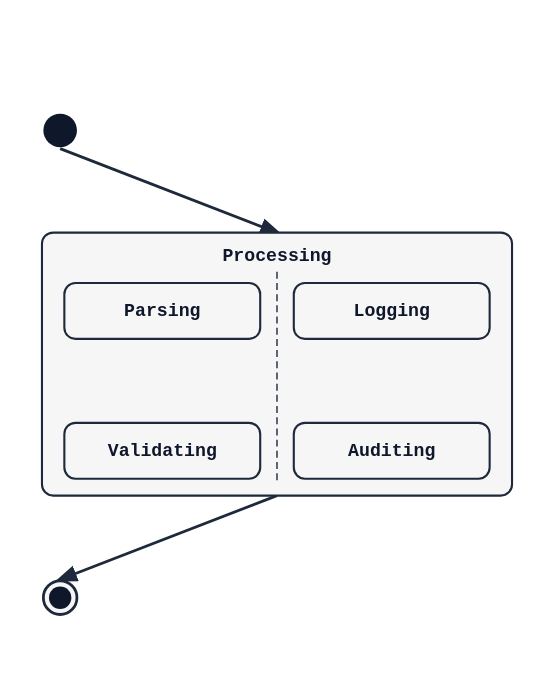
Before: docs/examples/state/03_concurrent.svg, a diagram exported from PlantUML (alliecatowo/puml). Its source is kept beside it as docs/examples/state/03_concurrent.puml. Its diagram source:
```plantuml
@startuml
state Processing {
  state "Parsing" as Parse
  state "Validating" as Validate
  ||
  state "Logging" as Log
  state "Auditing" as Audit
}
[*] --> Processing
Processing --> [*]
@enduml
```
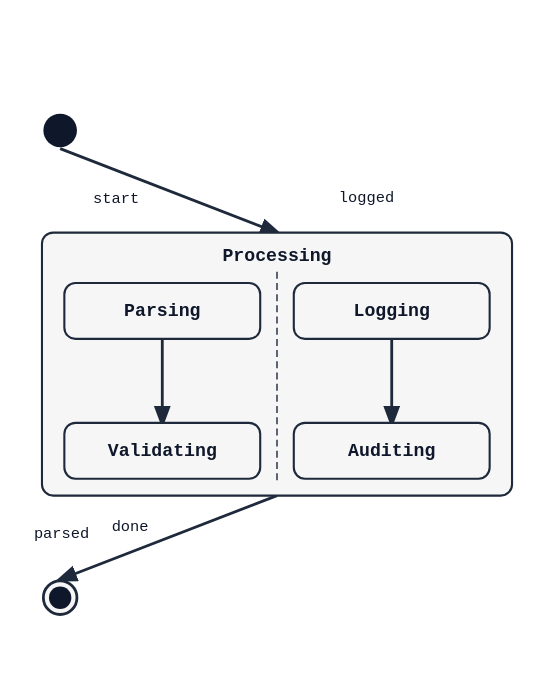
The same file after the commit.

The edit, as a diff of the source:
```diff
@@ -2,10 +2,12 @@
 state Processing {
   state "Parsing" as Parse
   state "Validating" as Validate
+  Parse --> Validate : parsed
   ||
   state "Logging" as Log
   state "Auditing" as Audit
+  Log --> Audit : logged
 }
-[*] --> Processing
-Processing --> [*]
+[*] --> Processing : start
+Processing --> [*] : done
 @enduml
```
